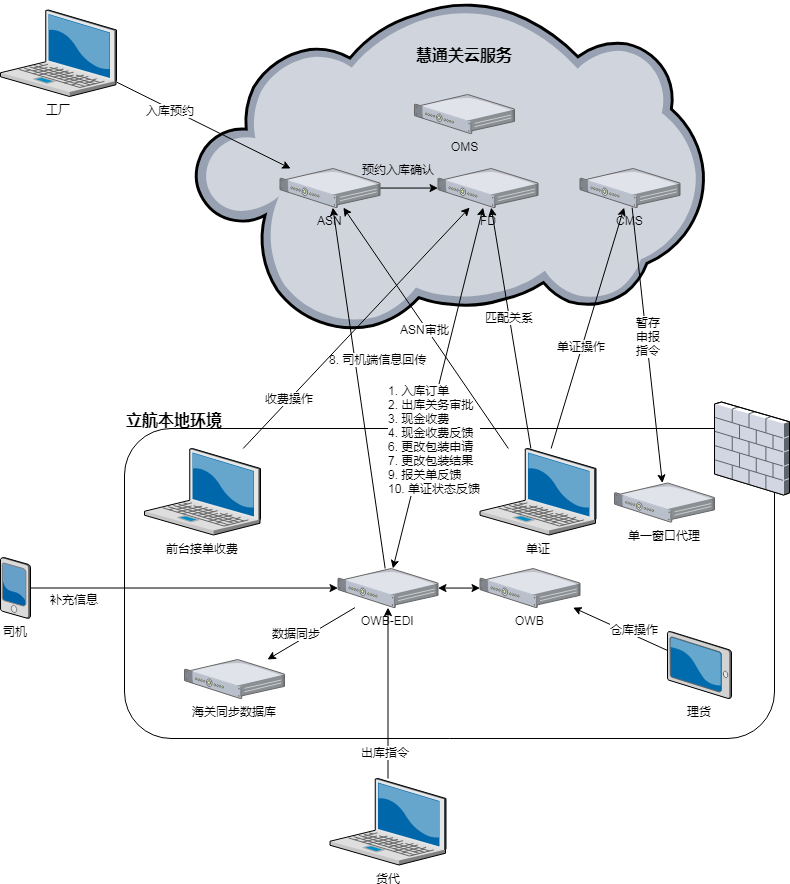
Above: diagrams/Architecture.png in leaderrun-wms/docs (draw.io), before the change. Source tidied: cells renumbered, new cells last; positions are measured from the earlier drawing's top-left corner, leaving out a move shared by most shapes.
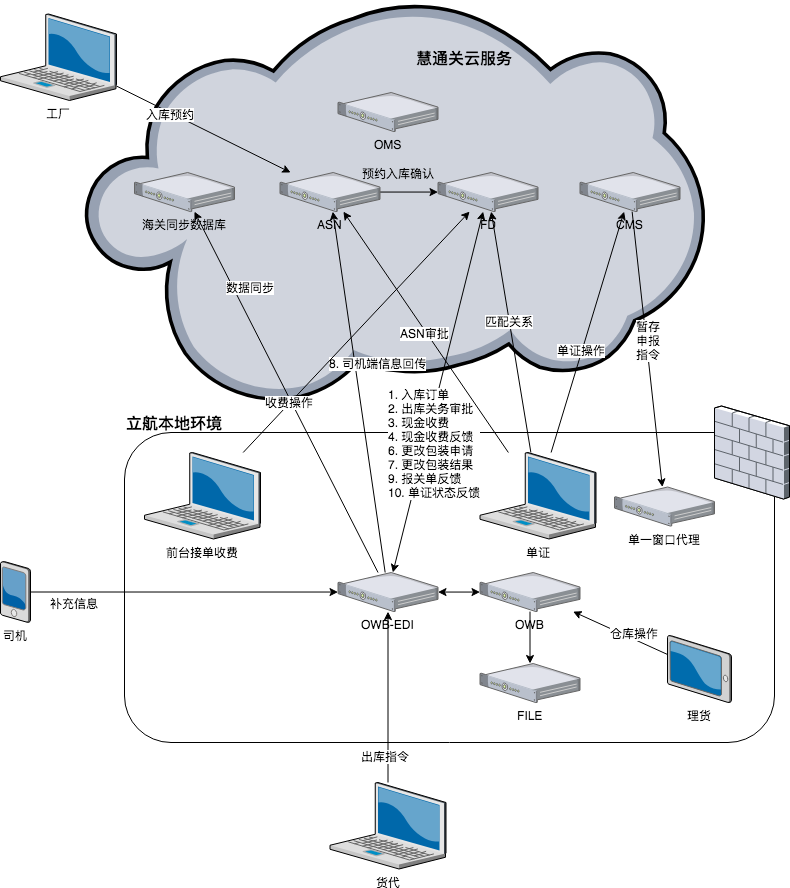
After the commit.

Change to the diagram source:
```diff
@@ -6,7 +6,7 @@
       <mxGeometry x="124" y="428" width="650" height="310" as="geometry" />
     </mxCell>
     <mxCell id="3" style="verticalLabelPosition=bottom;html=1;verticalAlign=top;strokeColor=none;align=center;shape=mxgraph.citrix.cloud;" parent="1" vertex="1">
-      <mxGeometry x="194" width="510" height="333" as="geometry" />
+      <mxGeometry x="84" y="-3.5" width="620" height="405" as="geometry" />
     </mxCell>
     <mxCell id="4" style="edgeStyle=none;rounded=0;html=1;startArrow=none;startFill=0;jettySize=auto;" parent="1" edge="1" source="6" target="45">
       <mxGeometry relative="1" as="geometry" />
@@ -65,7 +65,7 @@
       <mxGeometry x="337.5" y="568" width="100" height="39.1" as="geometry" />
     </mxCell>
     <mxCell id="20" value="OMS" style="verticalLabelPosition=bottom;html=1;verticalAlign=top;strokeColor=none;align=center;shape=mxgraph.citrix.1u_2u_server;" parent="1" vertex="1">
-      <mxGeometry x="414" y="94" width="100" height="39.1" as="geometry" />
+      <mxGeometry x="337.5" y="88" width="100" height="39.1" as="geometry" />
     </mxCell>
     <mxCell id="21" style="edgeStyle=none;rounded=0;html=1;jettySize=auto;" parent="1" edge="1" source="23" target="9">
       <mxGeometry relative="1" as="geometry" />
@@ -154,11 +154,17 @@
     <mxCell id="45" value="单一窗口代理" style="verticalLabelPosition=bottom;html=1;verticalAlign=top;strokeColor=none;align=center;outlineConnect=0;shape=mxgraph.citrix.1u_2u_server;" parent="1" vertex="1">
       <mxGeometry x="614" y="482.5" width="100" height="39.1" as="geometry" />
     </mxCell>
+    <mxCell id="48" style="edgeStyle=orthogonalEdgeStyle;rounded=0;html=1;jettySize=auto;" parent="1" edge="1" source="46" target="49">
+      <mxGeometry relative="1" as="geometry" />
+    </mxCell>
     <mxCell id="46" value="OWB" style="verticalLabelPosition=bottom;html=1;verticalAlign=top;strokeColor=none;align=center;outlineConnect=0;shape=mxgraph.citrix.1u_2u_server;labelBackgroundColor=none;" parent="1" vertex="1">
       <mxGeometry x="479.5" y="568" width="100" height="39.1" as="geometry" />
     </mxCell>
     <mxCell id="47" value="海关同步数据库" style="verticalLabelPosition=bottom;html=1;verticalAlign=top;strokeColor=none;align=center;outlineConnect=0;shape=mxgraph.citrix.1u_2u_server;labelBackgroundColor=none;" parent="1" vertex="1">
-      <mxGeometry x="184" y="659" width="100" height="39.1" as="geometry" />
+      <mxGeometry x="134" y="168" width="100" height="39.1" as="geometry" />
     </mxCell>
+    <mxCell id="49" value="FILE&lt;br&gt;" style="verticalLabelPosition=bottom;html=1;verticalAlign=top;strokeColor=none;align=center;outlineConnect=0;shape=mxgraph.citrix.1u_2u_server;labelBackgroundColor=none;" parent="1" vertex="1">
+      <mxGeometry x="479.5" y="659" width="100" height="39.1" as="geometry" />
+    </mxCell>
   </root>
 </mxGraphModel>
```
